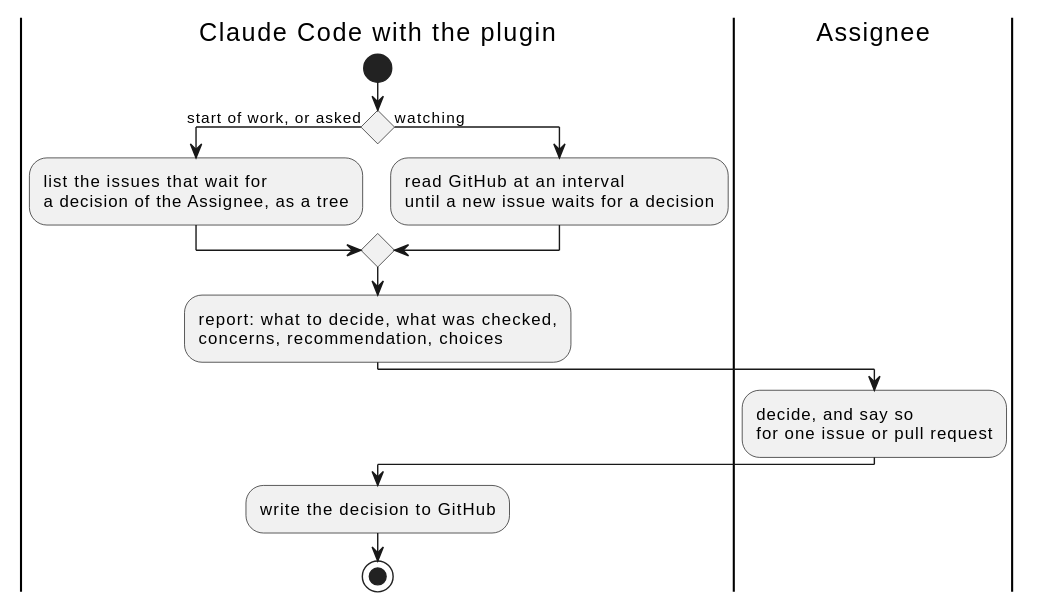
Before: docs/ja/requirements/decide/overview.svg, a diagram exported from PlantUML (cloveclovedev/cumin-works).
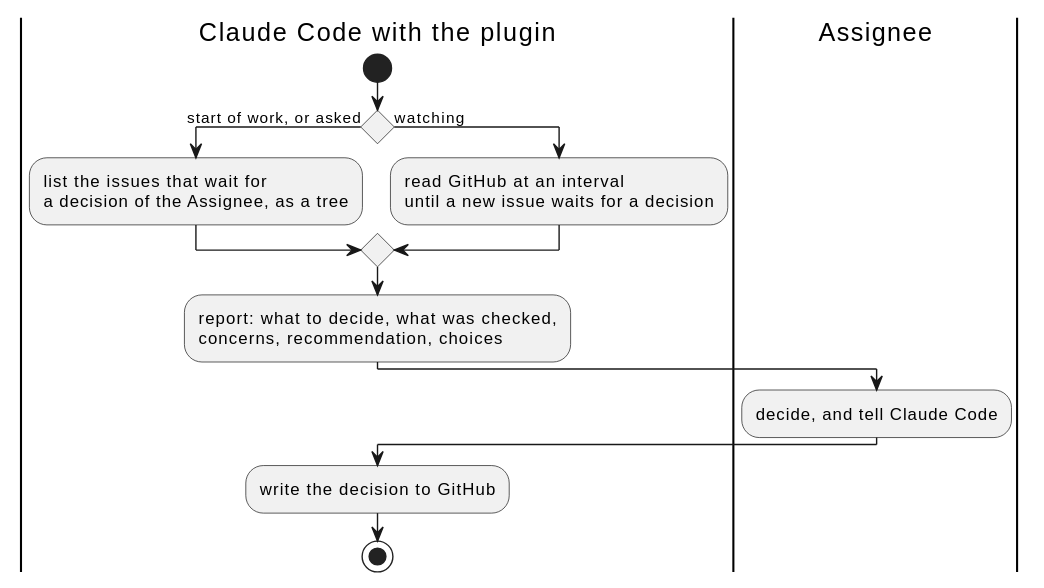
After the commit.

Commit message:
docs(requirements): drop the one-by-one write rules from DECIDE and REQUIRE

Change to the diagram source:
```diff
@@ -9,7 +9,7 @@
   endif
 :report: what to decide, what was checked,\nconcerns, recommendation, choices;
 |Assignee|
-:decide, and say so\nfor one issue or pull request;
+:decide, and tell Claude Code;
 |Claude Code with the plugin|
 :write the decision to GitHub;
 stop
```
